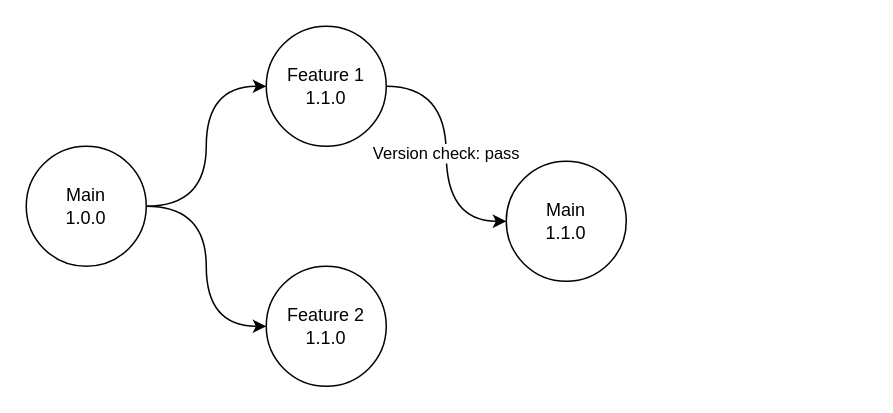
Before: jenkins-version-collission.drawio in johnwatson484/diagrams, a draw.io diagram. Source tidied: cells renumbered, new cells numbered last; positions are measured from the earlier drawing's top-left corner, leaving out a move shared by most shapes. Both pictures are drawn from the tidied source at 150%, with x=0, y=0 at pixel (26, 26).
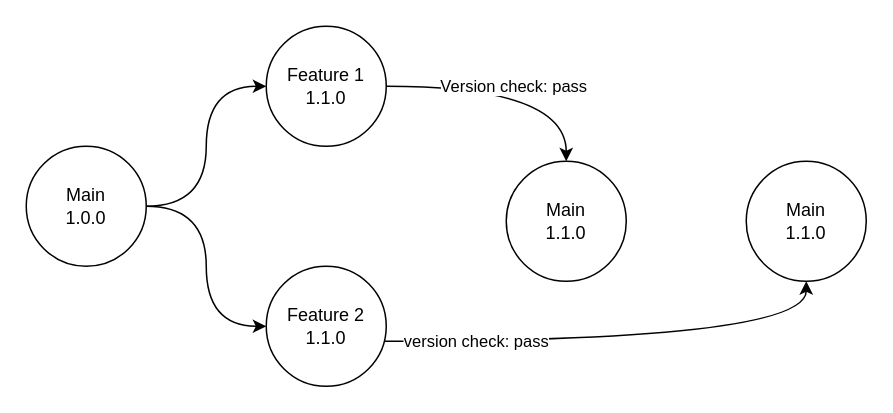
The same page after the edit.

Change to the diagram source:
```diff
@@
 <mxGraphModel>
   <root>
     <mxCell id="0" />
     <mxCell id="1" parent="0" />
     <mxCell id="2" style="edgeStyle=orthogonalEdgeStyle;rounded=0;jettySize=auto;html=1;entryX=0;entryY=0.5;entryDx=0;entryDy=0;curved=1;" parent="1" edge="1" source="4" target="6">
       <mxGeometry relative="1" as="geometry" />
     </mxCell>
     <mxCell id="3" style="edgeStyle=orthogonalEdgeStyle;rounded=0;jettySize=auto;html=1;curved=1;" parent="1" edge="1" source="4" target="7">
       <mxGeometry relative="1" as="geometry" />
     </mxCell>
     <mxCell id="4" value="Main&lt;br&gt;1.0.0" style="ellipse;whiteSpace=wrap;html=1;" parent="1" vertex="1">
       <mxGeometry y="80" width="80" height="80" as="geometry" />
     </mxCell>
-    <mxCell id="5" value="Version check: pass" style="edgeStyle=orthogonalEdgeStyle;curved=1;rounded=0;jettySize=auto;html=1;entryX=0;entryY=0.5;entryDx=0;entryDy=0;" parent="1" edge="1" source="6" target="8">
+    <mxCell id="5" value="Version check: pass" style="edgeStyle=orthogonalEdgeStyle;curved=1;rounded=0;jettySize=auto;html=1;entryX=0.5;entryY=0;entryDx=0;entryDy=0;" parent="1" edge="1" source="6" target="8">
       <mxGeometry relative="1" as="geometry" />
     </mxCell>
     <mxCell id="6" value="Feature 1&lt;br&gt;1.1.0" style="ellipse;whiteSpace=wrap;html=1;" parent="1" vertex="1">
       <mxGeometry x="160" width="80" height="80" as="geometry" />
     </mxCell>
+    <mxCell id="9" value="version check: pass" style="edgeStyle=orthogonalEdgeStyle;curved=1;rounded=0;jettySize=auto;html=1;entryX=0.5;entryY=1;entryDx=0;entryDy=0;" parent="1" edge="1" source="7" target="10">
+      <mxGeometry x="-0.62" relative="1" as="geometry">
+        <Array as="points">
+          <mxPoint x="520" y="210" />
+        </Array>
+      </mxGeometry>
+    </mxCell>
     <mxCell id="7" value="Feature 2&lt;br&gt;1.1.0" style="ellipse;whiteSpace=wrap;html=1;" parent="1" vertex="1">
       <mxGeometry x="160" y="160" width="80" height="80" as="geometry" />
     </mxCell>
     <mxCell id="8" value="Main&lt;br&gt;1.1.0" style="ellipse;whiteSpace=wrap;html=1;" parent="1" vertex="1">
       <mxGeometry x="320" y="90" width="80" height="80" as="geometry" />
     </mxCell>
+    <mxCell id="10" value="Main&lt;br&gt;1.1.0" style="ellipse;whiteSpace=wrap;html=1;" parent="1" vertex="1">
+      <mxGeometry x="480" y="90" width="80" height="80" as="geometry" />
+    </mxCell>
   </root>
 </mxGraphModel>
```
